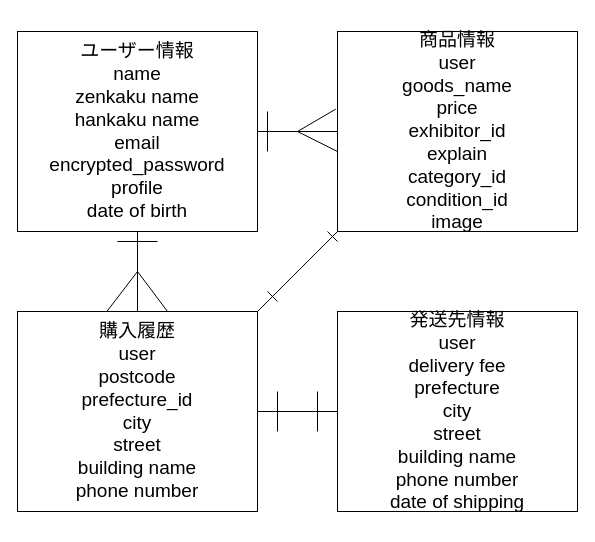
Earlier version of the draw.io diagram furima.dio (Sedwardy/furima-37775). Source tidied: cells renumbered, new cells numbered last; positions are measured from the earlier drawing's top-left corner, leaving out a move shared by most shapes. Both pictures are drawn from the tidied source at 100%, with x=0, y=0 at pixel (17, 31).
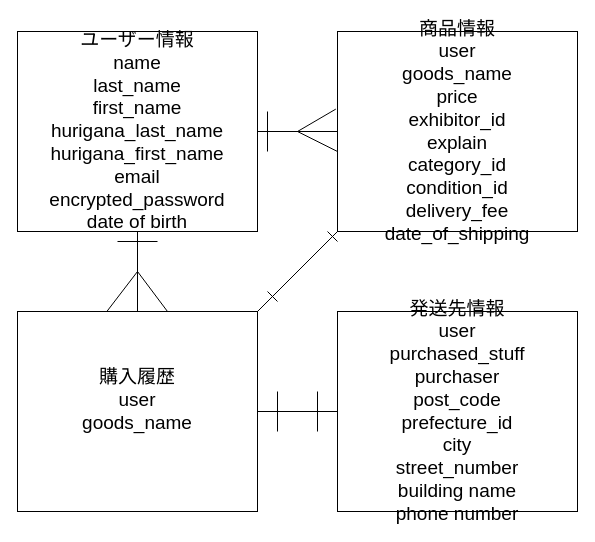
After the change.

The edit, as a diff of the source:
```diff
@@
-    <mxCell id="2" value="&lt;font style=&quot;font-size: 19px&quot;&gt;商品情報&lt;br&gt;user&lt;br&gt;goods_name&lt;br&gt;price&lt;br&gt;exhibitor_id&lt;br&gt;explain&lt;br&gt;category_id&lt;br&gt;condition_id&lt;br&gt;image&lt;br&gt;&lt;/font&gt;" style="rounded=0;whiteSpace=wrap;html=1;" parent="1" vertex="1">
+    <mxCell id="2" value="&lt;font style=&quot;font-size: 19px&quot;&gt;商品情報&lt;br&gt;user&lt;br&gt;goods_name&lt;br&gt;price&lt;br&gt;exhibitor_id&lt;br&gt;explain&lt;br&gt;category_id&lt;br&gt;condition_id&lt;br&gt;delivery_fee&lt;br&gt;date_of_shipping&lt;br&gt;&lt;/font&gt;" style="rounded=0;whiteSpace=wrap;html=1;" parent="1" vertex="1">
       <mxGeometry x="320" width="240" height="200" as="geometry" />
     </mxCell>
-    <mxCell id="3" value="&lt;font style=&quot;font-size: 19px&quot;&gt;ユーザー情報&lt;br&gt;name&lt;br&gt;zenkaku name&lt;br&gt;hankaku name&lt;br&gt;email&lt;br&gt;encrypted_password&lt;br&gt;profile&lt;br&gt;date of birth&lt;br&gt;&lt;/font&gt;" style="rounded=0;whiteSpace=wrap;html=1;" parent="1" vertex="1">
+    <mxCell id="3" value="&lt;font style=&quot;font-size: 19px&quot;&gt;ユーザー情報&lt;br&gt;name&lt;br&gt;last_name&lt;br&gt;first_name&lt;br&gt;hurigana_last_name&lt;br&gt;hurigana_first_name&lt;br&gt;email&lt;br&gt;encrypted_password&lt;br&gt;date of birth&lt;br&gt;&lt;/font&gt;" style="rounded=0;whiteSpace=wrap;html=1;" parent="1" vertex="1">
       <mxGeometry width="240" height="200" as="geometry" />
     </mxCell>
-    <mxCell id="4" value="&lt;font style=&quot;font-size: 19px&quot;&gt;発送先情報&lt;br&gt;user&lt;br&gt;delivery fee&lt;br&gt;prefecture&lt;br&gt;city&lt;br&gt;street&lt;br&gt;building name&lt;br&gt;phone number&lt;br&gt;date of shipping&lt;br&gt;&lt;/font&gt;" style="rounded=0;whiteSpace=wrap;html=1;" parent="1" vertex="1">
+    <mxCell id="4" value="&lt;font style=&quot;font-size: 19px&quot;&gt;発送先情報&lt;br&gt;user&lt;br&gt;purchased_stuff&lt;br&gt;purchaser&lt;br&gt;post_code&lt;br&gt;prefecture_id&lt;br&gt;city&lt;br&gt;street_number&lt;br&gt;building name&lt;br&gt;phone number&lt;br&gt;&lt;/font&gt;" style="rounded=0;whiteSpace=wrap;html=1;" parent="1" vertex="1">
       <mxGeometry x="320" y="280" width="240" height="200" as="geometry" />
     </mxCell>
@@
-    <mxCell id="11" value="&lt;font style=&quot;font-size: 19px&quot;&gt;購入履歴&lt;br&gt;user&lt;br&gt;postcode&lt;br&gt;prefecture_id&lt;br&gt;city&lt;br&gt;street&lt;br&gt;building name&lt;br&gt;phone number&lt;br&gt;&lt;/font&gt;" style="rounded=0;whiteSpace=wrap;html=1;" parent="1" vertex="1">
+    <mxCell id="11" value="&lt;font style=&quot;font-size: 19px&quot;&gt;購入履歴&lt;br&gt;user&lt;br&gt;goods_name&lt;br&gt;&lt;br&gt;&lt;/font&gt;" style="rounded=0;whiteSpace=wrap;html=1;" parent="1" vertex="1">
       <mxGeometry y="280" width="240" height="200" as="geometry" />
     </mxCell>
```
